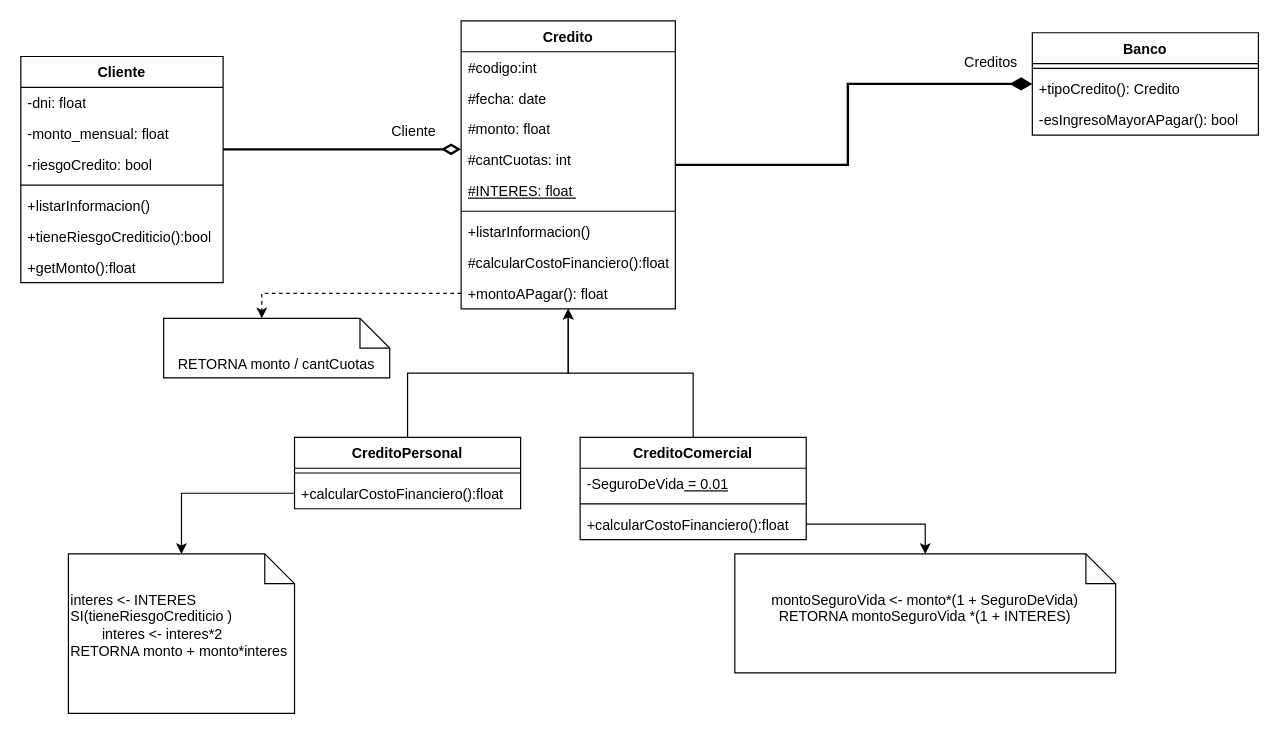
Cesar24-orellana/Paradigma-de-programacion keeps this draw.io diagram as Tp9/ejercicio4/punto3.drawio. Above is the earlier version. Source tidied: cells renumbered, new cells numbered last; positions are measured from the earlier drawing's top-left corner, leaving out a move shared by most shapes. Both pictures are drawn from the tidied source at 119%, with x=0, y=0 at pixel (20, 20).
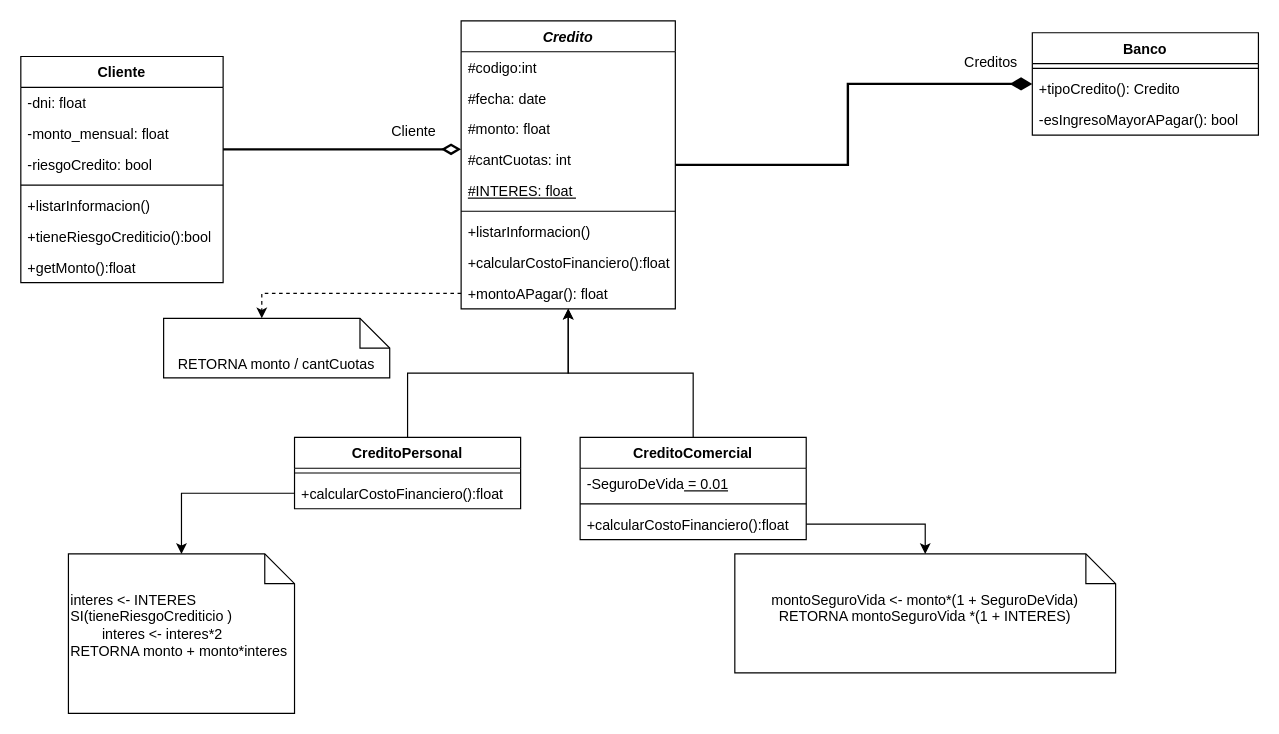
The same page after the edit.

Change to the diagram source:
```diff
@@
-    <mxCell id="12" value="Credito" style="swimlane;fontStyle=1;align=center;verticalAlign=top;horizontal=1;startSize=26;whiteSpace=wrap;html=1;" parent="1" vertex="1">
+    <mxCell id="12" value="&lt;i&gt;Credito&lt;/i&gt;" style="swimlane;fontStyle=1;align=center;verticalAlign=top;horizontal=1;startSize=26;whiteSpace=wrap;html=1;" parent="1" vertex="1">
       <mxGeometry x="370" width="180" height="242" as="geometry" />
     </mxCell>
@@
-    <mxCell id="20" value="#calcularCostoFinanciero():float" style="text;strokeColor=none;fillColor=none;align=left;verticalAlign=top;spacingLeft=4;spacingRight=4;overflow=hidden;whiteSpace=wrap;html=1;" parent="12" vertex="1">
+    <mxCell id="20" value="+calcularCostoFinanciero():float" style="text;strokeColor=none;fillColor=none;align=left;verticalAlign=top;spacingLeft=4;spacingRight=4;overflow=hidden;whiteSpace=wrap;html=1;" parent="12" vertex="1">
       <mxGeometry y="190" width="180" height="26" as="geometry" />
     </mxCell>
```
